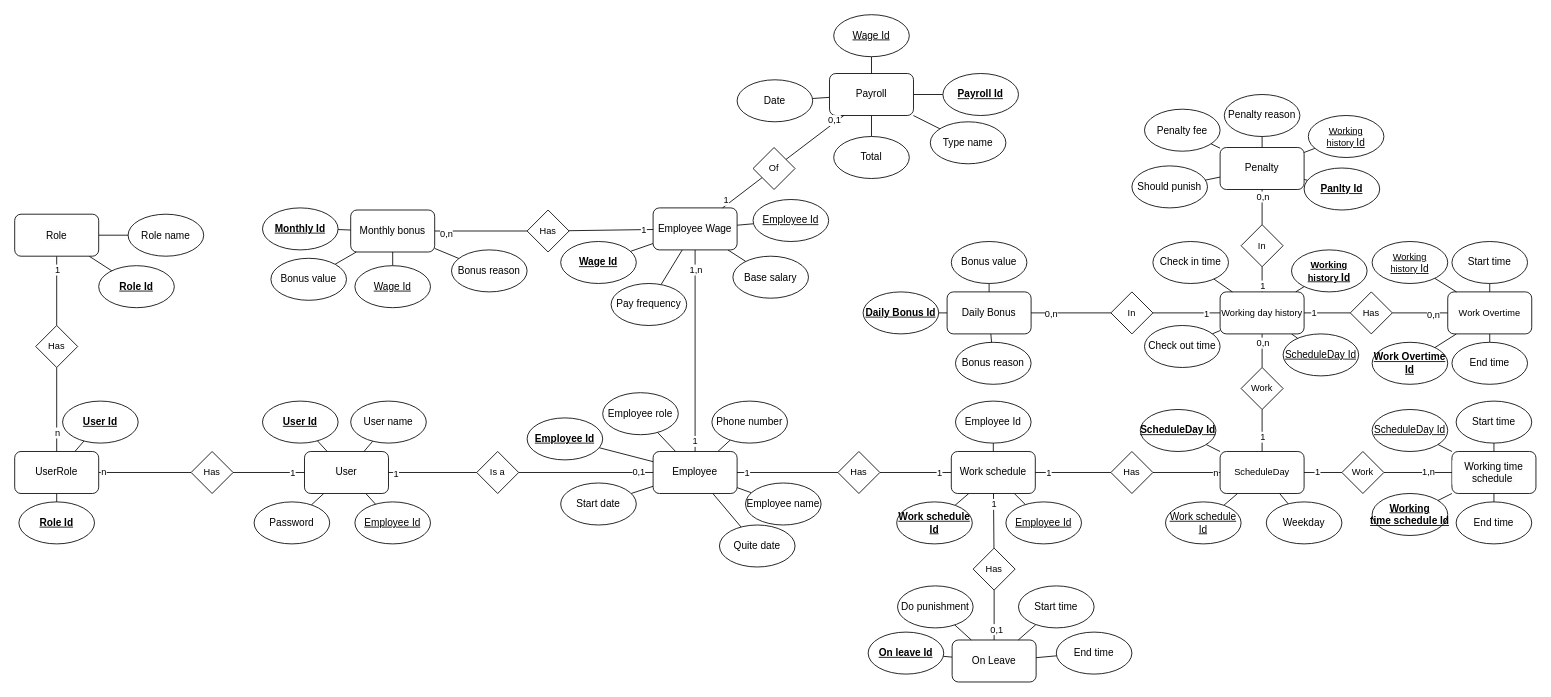
This is Doc/ER.drawio from HoangDepTraiBoDoiThe/EmployeeManagement, a draw.io file, before an edit. Source tidied: cells renumbered, new cells numbered last; positions are measured from the earlier drawing's top-left corner, leaving out a move shared by most shapes. Both pictures are drawn from the tidied source at 84%, with x=0, y=0 at pixel (14, 14).
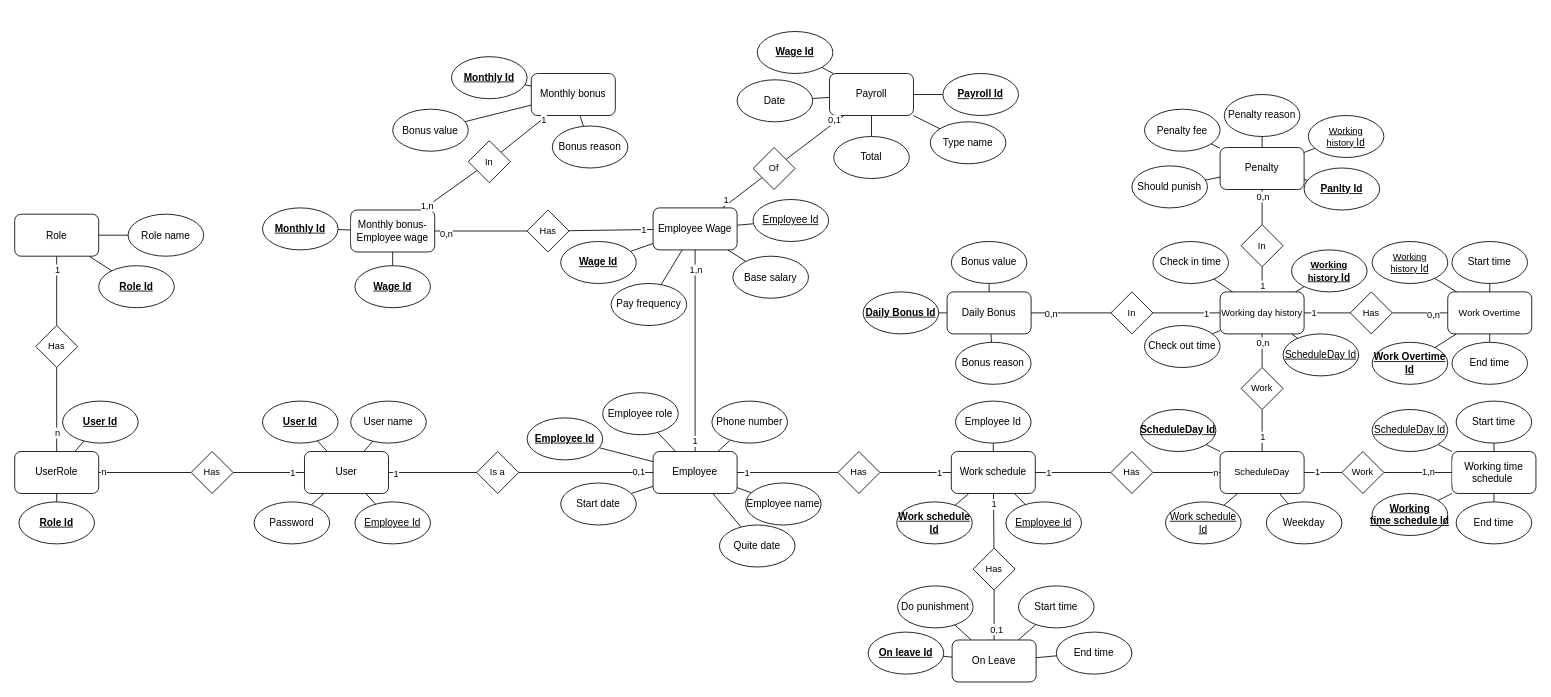
Above is the later version.

Commit message (it also covers changes not shown here):
Add employee relates

The edit, as a diff of the source:
```diff
@@
-    <mxCell id="159" style="edgeStyle=none;shape=connector;rounded=0;jettySize=auto;html=1;strokeColor=default;align=center;verticalAlign=middle;fontFamily=Helvetica;fontSize=11;fontColor=default;labelBackgroundColor=default;endArrow=none;endFill=0;" parent="1" edge="1" source="161" target="164">
-      <mxGeometry relative="1" as="geometry" />
-    </mxCell>
-    <mxCell id="160" style="edgeStyle=none;shape=connector;rounded=0;jettySize=auto;html=1;strokeColor=default;align=center;verticalAlign=middle;fontFamily=Helvetica;fontSize=11;fontColor=default;labelBackgroundColor=default;endArrow=none;endFill=0;" parent="1" edge="1" source="161" target="165">
-      <mxGeometry relative="1" as="geometry" />
-    </mxCell>
-    <mxCell id="161" value="&lt;span style=&quot;font-size: 12px; background-color: rgb(251, 251, 251);&quot;&gt;Monthly bonus&lt;/span&gt;" style="rounded=1;whiteSpace=wrap;html=1;fontFamily=Helvetica;fontSize=11;fontColor=default;labelBackgroundColor=default;" parent="1" vertex="1">
+    <mxCell id="161" value="&lt;span style=&quot;font-size: 12px; background-color: rgb(251, 251, 251);&quot;&gt;Monthly bonus-Employee wage&lt;/span&gt;" style="rounded=1;whiteSpace=wrap;html=1;fontFamily=Helvetica;fontSize=11;fontColor=default;labelBackgroundColor=default;" parent="1" vertex="1">
       <mxGeometry x="400" y="232.5" width="100" height="50" as="geometry" />
     </mxCell>
@@
-    <mxCell id="164" value="Bonus value" style="ellipse;whiteSpace=wrap;html=1;fontStyle=0;" parent="1" vertex="1">
-      <mxGeometry x="305" y="290" width="90" height="50" as="geometry" />
-    </mxCell>
-    <mxCell id="165" value="Bonus reason" style="ellipse;whiteSpace=wrap;html=1;fontStyle=0;" parent="1" vertex="1">
-      <mxGeometry x="520" y="280" width="90" height="50" as="geometry" />
-    </mxCell>
@@
-    <mxCell id="173" value="Wage Id" style="ellipse;whiteSpace=wrap;html=1;fontStyle=4;" parent="1" vertex="1">
+    <mxCell id="173" value="Wage Id" style="ellipse;whiteSpace=wrap;html=1;fontStyle=5;" parent="1" vertex="1">
       <mxGeometry x="405" y="298.8" width="90" height="50" as="geometry" />
     </mxCell>
@@
-    <mxCell id="198" value="Wage Id" style="ellipse;whiteSpace=wrap;html=1;fontStyle=4;" parent="1" vertex="1">
-      <mxGeometry x="975" width="90" height="50" as="geometry" />
+    <mxCell id="198" value="Wage Id" style="ellipse;whiteSpace=wrap;html=1;fontStyle=5;" parent="1" vertex="1">
+      <mxGeometry x="884" y="20" width="90" height="50" as="geometry" />
     </mxCell>
+    <mxCell id="199" style="edgeStyle=none;shape=connector;rounded=0;jettySize=auto;html=1;strokeColor=default;align=center;verticalAlign=middle;fontFamily=Helvetica;fontSize=11;fontColor=default;labelBackgroundColor=default;endArrow=none;endFill=0;" parent="1" edge="1" source="203" target="164">
+      <mxGeometry relative="1" as="geometry" />
+    </mxCell>
+    <mxCell id="200" style="edgeStyle=none;shape=connector;rounded=0;jettySize=auto;html=1;strokeColor=default;align=center;verticalAlign=middle;fontFamily=Helvetica;fontSize=11;fontColor=default;labelBackgroundColor=default;endArrow=none;endFill=0;" parent="1" edge="1" source="203" target="165">
+      <mxGeometry relative="1" as="geometry" />
+    </mxCell>
+    <mxCell id="201" style="edgeStyle=none;shape=connector;rounded=0;jettySize=auto;html=1;strokeColor=default;align=center;verticalAlign=middle;fontFamily=Helvetica;fontSize=11;fontColor=default;labelBackgroundColor=default;endArrow=none;endFill=0;" parent="1" edge="1" source="208" target="161">
+      <mxGeometry relative="1" as="geometry" />
+    </mxCell>
+    <mxCell id="202" value="1,n" style="edgeLabel;html=1;align=center;verticalAlign=middle;fontFamily=Helvetica;fontSize=11;fontColor=default;labelBackgroundColor=default;" parent="201" vertex="1">
+      <mxGeometry x="0.81" y="-1" relative="1" as="geometry" />
+    </mxCell>
+    <mxCell id="203" value="&lt;span style=&quot;font-size: 12px; background-color: rgb(251, 251, 251);&quot;&gt;Monthly bonus&lt;/span&gt;" style="rounded=1;whiteSpace=wrap;html=1;fontFamily=Helvetica;fontSize=11;fontColor=default;labelBackgroundColor=default;" parent="1" vertex="1">
+      <mxGeometry x="615" y="70" width="100" height="50" as="geometry" />
+    </mxCell>
+    <mxCell id="204" style="edgeStyle=none;shape=connector;rounded=0;jettySize=auto;html=1;strokeColor=default;align=center;verticalAlign=middle;fontFamily=Helvetica;fontSize=11;fontColor=default;labelBackgroundColor=default;endArrow=none;endFill=0;" parent="1" edge="1" source="205" target="203">
+      <mxGeometry relative="1" as="geometry" />
+    </mxCell>
+    <mxCell id="205" value="Monthly Id" style="ellipse;whiteSpace=wrap;html=1;fontStyle=5;" parent="1" vertex="1">
+      <mxGeometry x="520" y="50" width="90" height="50" as="geometry" />
+    </mxCell>
+    <mxCell id="164" value="Bonus value" style="ellipse;whiteSpace=wrap;html=1;fontStyle=0;" parent="1" vertex="1">
+      <mxGeometry x="450" y="112.5" width="90" height="50" as="geometry" />
+    </mxCell>
+    <mxCell id="165" value="Bonus reason" style="ellipse;whiteSpace=wrap;html=1;fontStyle=0;" parent="1" vertex="1">
+      <mxGeometry x="640" y="132.5" width="90" height="50" as="geometry" />
+    </mxCell>
+    <mxCell id="206" style="edgeStyle=none;shape=connector;rounded=0;jettySize=auto;html=1;strokeColor=default;align=center;verticalAlign=middle;fontFamily=Helvetica;fontSize=11;fontColor=default;labelBackgroundColor=default;endArrow=none;endFill=0;" parent="1" edge="1" source="203" target="208">
+      <mxGeometry relative="1" as="geometry" />
+    </mxCell>
+    <mxCell id="207" value="1" style="edgeLabel;html=1;align=center;verticalAlign=middle;fontFamily=Helvetica;fontSize=11;fontColor=default;labelBackgroundColor=default;" parent="206" vertex="1">
+      <mxGeometry x="-0.82" y="1" relative="1" as="geometry" />
+    </mxCell>
+    <mxCell id="208" value="In" style="rhombus;whiteSpace=wrap;html=1;fontFamily=Helvetica;fontSize=11;fontColor=default;labelBackgroundColor=default;" parent="1" vertex="1">
+      <mxGeometry x="540" y="150" width="50" height="50" as="geometry" />
+    </mxCell>
```
